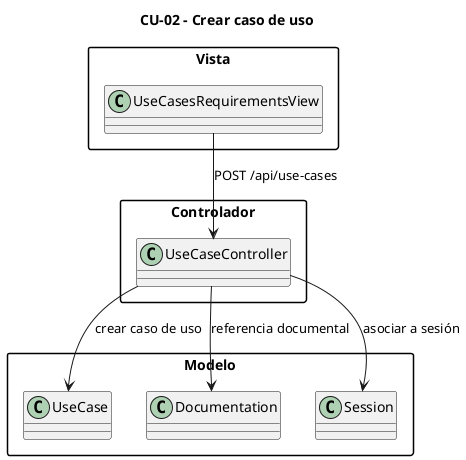
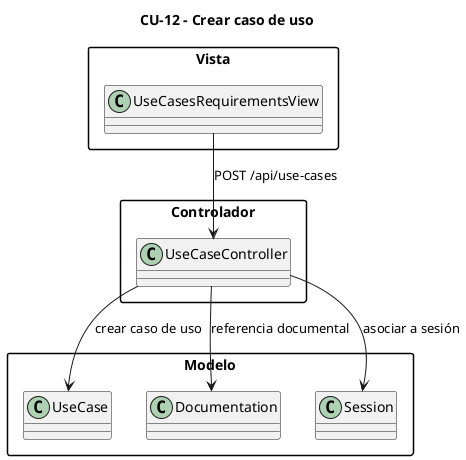
@startuml
skinparam packageStyle rectangle
skinparam shadowing false
skinparam classAttributeIconSize 0

- title CU-02 - Crear caso de uso
+ title CU-12 - Crear caso de uso

package "Vista" {
  class UseCasesRequirementsView
}

package "Controlador" {
  class UseCaseController
}

package "Modelo" {
  class UseCase
  class Documentation
  class Session
}

UseCasesRequirementsView --> UseCaseController : POST /api/use-cases
UseCaseController --> UseCase : crear caso de uso
UseCaseController --> Documentation : referencia documental
UseCaseController --> Session : asociar a sesión

@enduml
